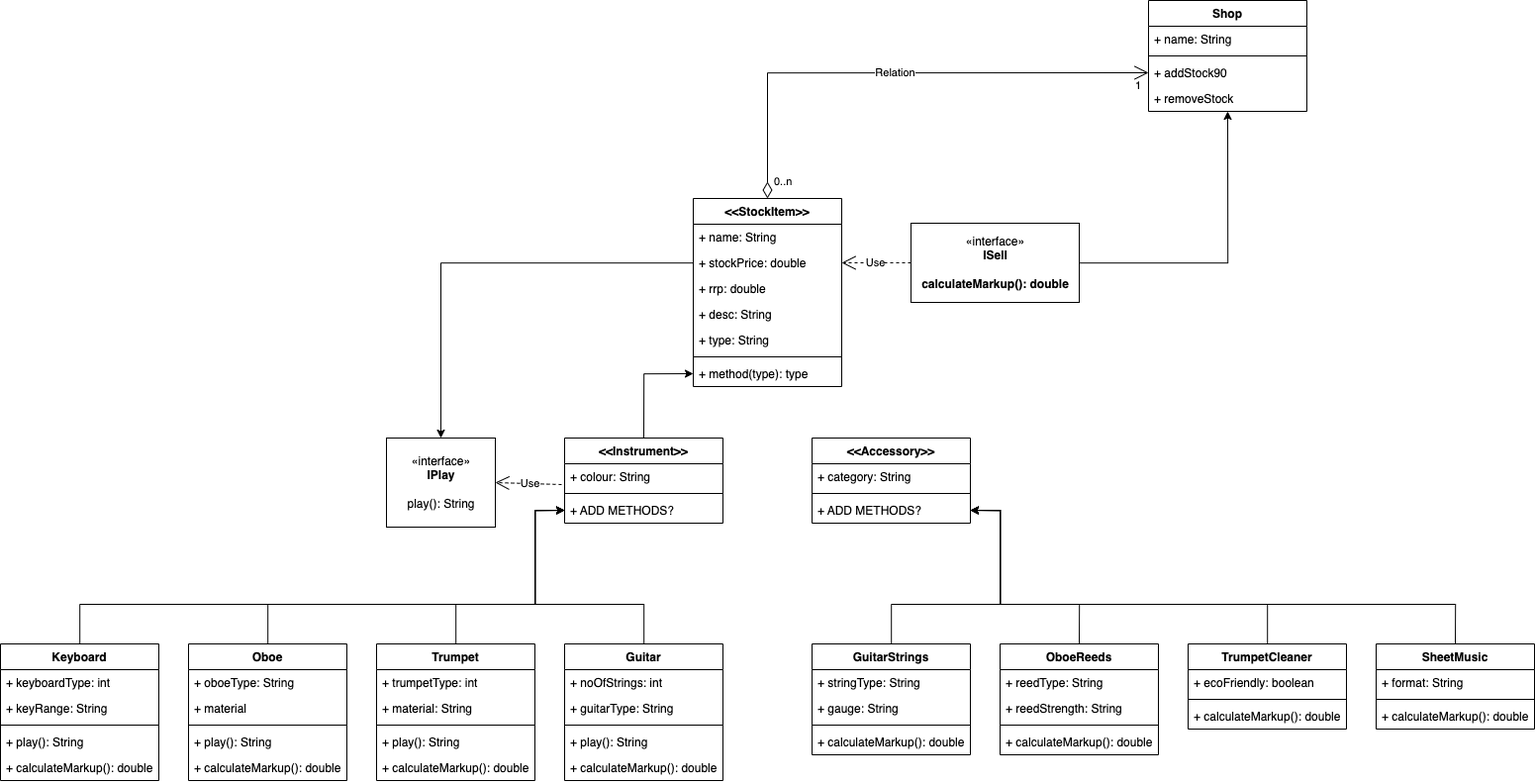
Earlier version of the draw.io export planning/Class diagram - music shop.png (Peetfire/w12_we_homework_rays_music_exchange). Source tidied: cells renumbered, new cells last; positions are measured from the earlier drawing's top-left corner, leaving out a move shared by most shapes.
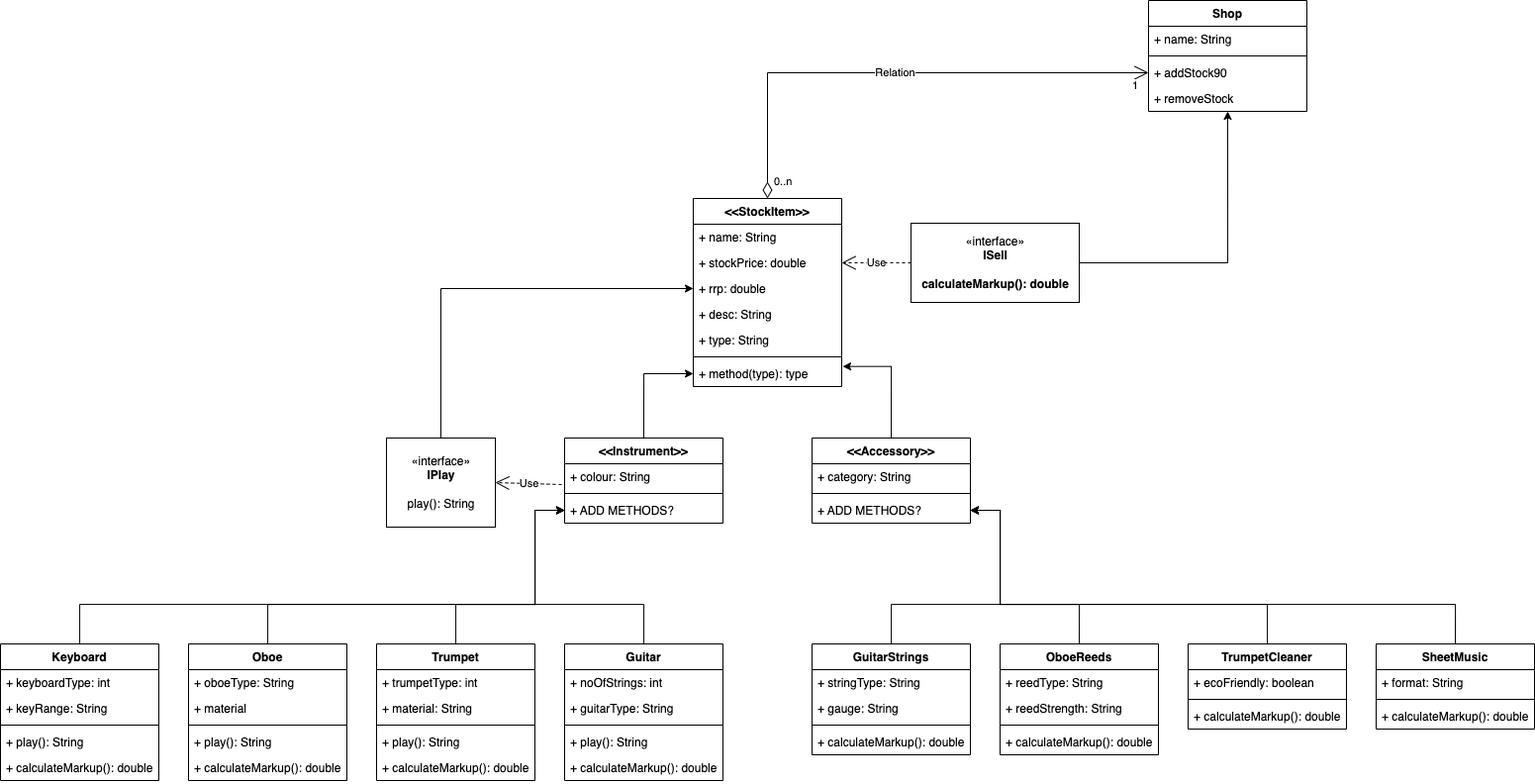
After the commit.

What changed in the source:
```diff
@@ -49,6 +49,9 @@
         <mxPoint x="500" y="487" as="targetPoint" />
       </mxGeometry>
     </mxCell>
+    <mxCell id="84" style="edgeStyle=orthogonalEdgeStyle;rounded=0;jettySize=auto;html=1;entryX=0;entryY=0.5;entryDx=0;entryDy=0;" parent="1" edge="1" source="15" target="19">
+      <mxGeometry relative="1" as="geometry" />
+    </mxCell>
     <mxCell id="15" value="«interface»&lt;br&gt;&lt;b&gt;IPlay&lt;/b&gt;&lt;br&gt;&lt;br&gt;play(): String" style="html=1;" parent="1" vertex="1">
       <mxGeometry x="390" y="442" width="110" height="90" as="geometry" />
     </mxCell>
@@ -81,9 +84,6 @@
         <mxPoint x="567" y="489" as="sourcePoint" />
       </mxGeometry>
     </mxCell>
-    <mxCell id="25" style="edgeStyle=orthogonalEdgeStyle;rounded=0;jettySize=auto;html=1;entryX=0.5;entryY=0;entryDx=0;entryDy=0;" parent="1" edge="1" source="18" target="15">
-      <mxGeometry relative="1" as="geometry" />
-    </mxCell>
     <mxCell id="26" style="edgeStyle=orthogonalEdgeStyle;rounded=0;jettySize=auto;html=1;entryX=0.5;entryY=1;entryDx=0;entryDy=0;" parent="1" edge="1" source="27" target="76">
       <mxGeometry relative="1" as="geometry" />
     </mxCell>
@@ -117,6 +117,9 @@
     <mxCell id="34" value="+ calculateMarkup(): double" style="text;strokeColor=none;fillColor=none;align=left;verticalAlign=top;spacingLeft=4;spacingRight=4;overflow=hidden;" parent="30" vertex="1">
       <mxGeometry y="86" width="160" height="26" as="geometry" />
     </mxCell>
+    <mxCell id="85" style="edgeStyle=orthogonalEdgeStyle;rounded=0;jettySize=auto;html=1;exitX=0.5;exitY=0;exitDx=0;exitDy=0;entryX=1.007;entryY=0.218;entryDx=0;entryDy=0;entryPerimeter=0;" parent="1" edge="1" source="35" target="23">
+      <mxGeometry relative="1" as="geometry" />
+    </mxCell>
     <mxCell id="35" value="&lt;&lt;Accessory&gt;&gt;" style="swimlane;fontStyle=1;align=center;verticalAlign=top;horizontal=1;startSize=26;" parent="1" vertex="1">
       <mxGeometry x="820" y="442" width="160" height="86" as="geometry" />
     </mxCell>
```
